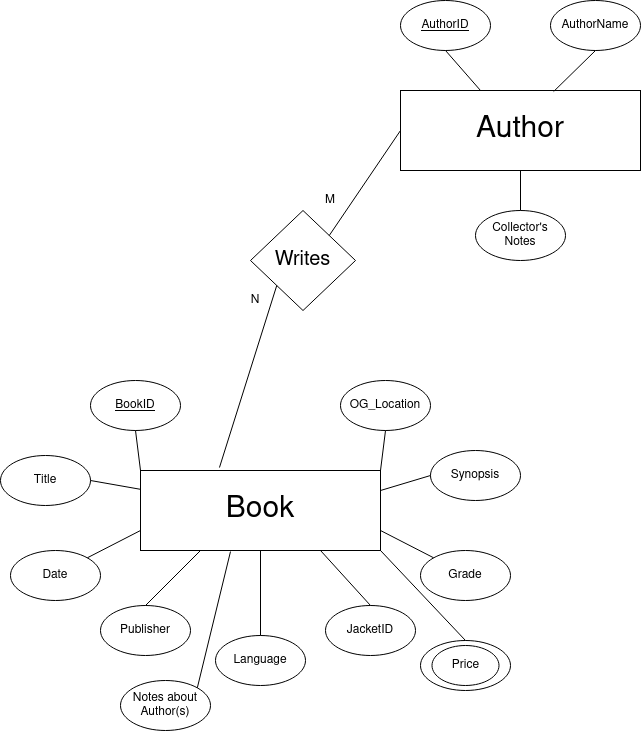
Earlier version of the draw.io export assignments/databases/Group/ERDiagram.png (mitchhit234/FA2020). Source tidied: cells renumbered, new cells last; positions are measured from the earlier drawing's top-left corner, leaving out a move shared by most shapes. Its diagram source:
```xml
<mxGraphModel>
  <root>
    <mxCell id="0" />
    <mxCell id="1" parent="0" />
    <mxCell id="2" value="&lt;font style=&quot;font-size: 30px&quot;&gt;Book&lt;/font&gt;" style="rounded=0;whiteSpace=wrap;html=1;" parent="1" vertex="1">
      <mxGeometry x="140" y="470" width="240" height="80" as="geometry" />
    </mxCell>
    <mxCell id="3" value="BookID" style="ellipse;whiteSpace=wrap;html=1;fontStyle=4;" parent="1" vertex="1">
      <mxGeometry x="90" y="380" width="90" height="50" as="geometry" />
    </mxCell>
    <mxCell id="4" value="Title" style="ellipse;whiteSpace=wrap;html=1;" parent="1" vertex="1">
      <mxGeometry y="455" width="90" height="50" as="geometry" />
    </mxCell>
    <mxCell id="5" value="Date" style="ellipse;whiteSpace=wrap;html=1;" parent="1" vertex="1">
      <mxGeometry x="10" y="550" width="90" height="50" as="geometry" />
    </mxCell>
    <mxCell id="6" value="Publisher" style="ellipse;whiteSpace=wrap;html=1;" parent="1" vertex="1">
      <mxGeometry x="100" y="605" width="90" height="50" as="geometry" />
    </mxCell>
    <mxCell id="7" value="JacketID" style="ellipse;whiteSpace=wrap;html=1;" parent="1" vertex="1">
      <mxGeometry x="325" y="605" width="90" height="50" as="geometry" />
    </mxCell>
    <mxCell id="8" value="Grade" style="ellipse;whiteSpace=wrap;html=1;" parent="1" vertex="1">
      <mxGeometry x="420" y="550" width="90" height="50" as="geometry" />
    </mxCell>
    <mxCell id="9" value="Synopsis" style="ellipse;whiteSpace=wrap;html=1;" parent="1" vertex="1">
      <mxGeometry x="430" y="450" width="90" height="50" as="geometry" />
    </mxCell>
    <mxCell id="10" value="OG_Location" style="ellipse;whiteSpace=wrap;html=1;" parent="1" vertex="1">
      <mxGeometry x="340" y="380" width="90" height="50" as="geometry" />
    </mxCell>
    <mxCell id="11" style="endArrow=none;html=1;exitX=0.5;exitY=1;exitDx=0;exitDy=0;entryX=0;entryY=0;entryDx=0;entryDy=0;" parent="1" edge="1" source="3" target="2">
      <mxGeometry relative="1" as="geometry" />
    </mxCell>
    <mxCell id="12" style="endArrow=none;html=1;exitX=1;exitY=0.5;exitDx=0;exitDy=0;" parent="1" edge="1" source="4" target="2">
      <mxGeometry relative="1" as="geometry" />
    </mxCell>
    <mxCell id="13" style="endArrow=none;html=1;exitX=1;exitY=0;exitDx=0;exitDy=0;entryX=0;entryY=0.75;entryDx=0;entryDy=0;" parent="1" edge="1" source="5" target="2">
      <mxGeometry relative="1" as="geometry" />
    </mxCell>
    <mxCell id="14" style="endArrow=none;html=1;exitX=0.5;exitY=0;exitDx=0;exitDy=0;entryX=0.25;entryY=1;entryDx=0;entryDy=0;" parent="1" edge="1" source="6" target="2">
      <mxGeometry relative="1" as="geometry" />
    </mxCell>
    <mxCell id="15" style="endArrow=none;html=1;exitX=0.75;exitY=1;exitDx=0;exitDy=0;entryX=0.5;entryY=0;entryDx=0;entryDy=0;" parent="1" edge="1" source="2" target="7">
      <mxGeometry relative="1" as="geometry" />
    </mxCell>
    <mxCell id="16" style="endArrow=none;html=1;exitX=1;exitY=0.75;exitDx=0;exitDy=0;entryX=0;entryY=0;entryDx=0;entryDy=0;" parent="1" edge="1" source="2" target="8">
      <mxGeometry relative="1" as="geometry" />
    </mxCell>
    <mxCell id="17" style="endArrow=none;html=1;exitX=1;exitY=0.25;exitDx=0;exitDy=0;entryX=0;entryY=0.5;entryDx=0;entryDy=0;" parent="1" edge="1" source="2" target="9">
      <mxGeometry relative="1" as="geometry" />
    </mxCell>
    <mxCell id="18" style="endArrow=none;html=1;exitX=0.5;exitY=1;exitDx=0;exitDy=0;entryX=1;entryY=0;entryDx=0;entryDy=0;" parent="1" edge="1" source="10" target="2">
      <mxGeometry relative="1" as="geometry" />
    </mxCell>
    <mxCell id="19" value="Language" style="ellipse;whiteSpace=wrap;html=1;" parent="1" vertex="1">
      <mxGeometry x="215" y="635" width="90" height="50" as="geometry" />
    </mxCell>
    <mxCell id="20" style="endArrow=none;html=1;exitX=0.5;exitY=0;exitDx=0;exitDy=0;entryX=0.5;entryY=1;entryDx=0;entryDy=0;" parent="1" edge="1" source="19" target="2">
      <mxGeometry relative="1" as="geometry" />
    </mxCell>
    <mxCell id="21" value="&lt;font style=&quot;font-size: 30px&quot;&gt;Author&lt;/font&gt;" style="rounded=0;whiteSpace=wrap;html=1;" parent="1" vertex="1">
      <mxGeometry x="400" y="90" width="240" height="80" as="geometry" />
    </mxCell>
    <mxCell id="22" value="&lt;u&gt;AuthorID&lt;/u&gt;" style="ellipse;whiteSpace=wrap;html=1;" parent="1" vertex="1">
      <mxGeometry x="400" width="90" height="50" as="geometry" />
    </mxCell>
    <mxCell id="23" value="AuthorName" style="ellipse;whiteSpace=wrap;html=1;" parent="1" vertex="1">
      <mxGeometry x="550" width="90" height="50" as="geometry" />
    </mxCell>
    <mxCell id="24" value="Collector's Notes" style="ellipse;whiteSpace=wrap;html=1;" parent="1" vertex="1">
      <mxGeometry x="475" y="210" width="90" height="50" as="geometry" />
    </mxCell>
    <mxCell id="25" style="endArrow=none;html=1;entryX=0.5;entryY=1;entryDx=0;entryDy=0;" parent="1" edge="1" target="22">
      <mxGeometry relative="1" as="geometry">
        <mxPoint x="480" y="90" as="sourcePoint" />
      </mxGeometry>
    </mxCell>
    <mxCell id="26" style="endArrow=none;html=1;entryX=0.5;entryY=1;entryDx=0;entryDy=0;exitX=0.638;exitY=0.013;exitDx=0;exitDy=0;exitPerimeter=0;" parent="1" edge="1" source="21" target="23">
      <mxGeometry relative="1" as="geometry" />
    </mxCell>
    <mxCell id="27" style="endArrow=none;html=1;entryX=0.5;entryY=1;entryDx=0;entryDy=0;exitX=0.5;exitY=0;exitDx=0;exitDy=0;" parent="1" edge="1" source="24" target="21">
      <mxGeometry relative="1" as="geometry" />
    </mxCell>
    <mxCell id="28" value="Notes about Author(s)" style="ellipse;whiteSpace=wrap;html=1;" parent="1" vertex="1">
      <mxGeometry x="120" y="680" width="90" height="50" as="geometry" />
    </mxCell>
    <mxCell id="29" style="endArrow=none;html=1;exitX=1;exitY=0;exitDx=0;exitDy=0;entryX=0.375;entryY=1.013;entryDx=0;entryDy=0;entryPerimeter=0;" parent="1" edge="1" source="28" target="2">
      <mxGeometry relative="1" as="geometry" />
    </mxCell>
    <mxCell id="30" value="Price" style="ellipse;whiteSpace=wrap;html=1;" parent="1" vertex="1">
      <mxGeometry x="420" y="640" width="90" height="50" as="geometry" />
    </mxCell>
    <mxCell id="31" value="&lt;font style=&quot;font-size: 20px&quot;&gt;Writes&lt;/font&gt;" style="rhombus;whiteSpace=wrap;html=1;" parent="1" vertex="1">
      <mxGeometry x="250" y="210" width="105" height="100" as="geometry" />
    </mxCell>
    <mxCell id="32" style="endArrow=none;html=1;entryX=0;entryY=1;entryDx=0;entryDy=0;exitX=0.329;exitY=-0.037;exitDx=0;exitDy=0;exitPerimeter=0;" parent="1" edge="1" source="2" target="31">
      <mxGeometry relative="1" as="geometry" />
    </mxCell>
    <mxCell id="33" style="endArrow=none;html=1;entryX=0;entryY=0.5;entryDx=0;entryDy=0;exitX=1;exitY=0;exitDx=0;exitDy=0;" parent="1" edge="1" source="31" target="21">
      <mxGeometry relative="1" as="geometry" />
    </mxCell>
    <mxCell id="34" style="endArrow=none;html=1;exitX=1;exitY=1;exitDx=0;exitDy=0;entryX=0.5;entryY=0;entryDx=0;entryDy=0;" parent="1" edge="1" source="2" target="30">
      <mxGeometry relative="1" as="geometry" />
    </mxCell>
    <mxCell id="35" value="Price" style="ellipse;whiteSpace=wrap;html=1;" parent="1" vertex="1">
      <mxGeometry x="431.5" y="645" width="67" height="40" as="geometry" />
    </mxCell>
    <mxCell id="36" value="M" style="text;html=1;strokeColor=none;fillColor=none;align=center;verticalAlign=middle;whiteSpace=wrap;rounded=0;" parent="1" vertex="1">
      <mxGeometry x="310" y="190" width="40" height="20" as="geometry" />
    </mxCell>
    <mxCell id="37" value="N" style="text;html=1;strokeColor=none;fillColor=none;align=center;verticalAlign=middle;whiteSpace=wrap;rounded=0;" parent="1" vertex="1">
      <mxGeometry x="235" y="290" width="40" height="20" as="geometry" />
    </mxCell>
  </root>
</mxGraphModel>
```
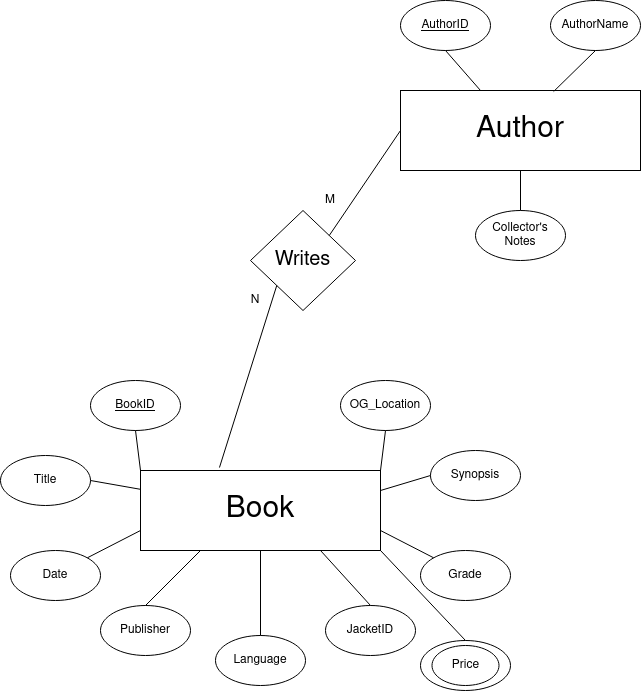
Above is the later version.

Commit message:
lazy git commit

Change to the diagram source:
```diff
@@ -82,12 +82,6 @@
     <mxCell id="27" style="endArrow=none;html=1;entryX=0.5;entryY=1;entryDx=0;entryDy=0;exitX=0.5;exitY=0;exitDx=0;exitDy=0;" parent="1" edge="1" source="24" target="21">
       <mxGeometry relative="1" as="geometry" />
     </mxCell>
-    <mxCell id="28" value="Notes about Author(s)" style="ellipse;whiteSpace=wrap;html=1;" parent="1" vertex="1">
-      <mxGeometry x="120" y="680" width="90" height="50" as="geometry" />
-    </mxCell>
-    <mxCell id="29" style="endArrow=none;html=1;exitX=1;exitY=0;exitDx=0;exitDy=0;entryX=0.375;entryY=1.013;entryDx=0;entryDy=0;entryPerimeter=0;" parent="1" edge="1" source="28" target="2">
-      <mxGeometry relative="1" as="geometry" />
-    </mxCell>
     <mxCell id="30" value="Price" style="ellipse;whiteSpace=wrap;html=1;" parent="1" vertex="1">
       <mxGeometry x="420" y="640" width="90" height="50" as="geometry" />
     </mxCell>
```
